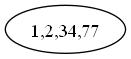
Above: Fase2_EDD/treeUsers.png in FranklinONP/EDD_PROYECTO_202200089 (Graphviz), before the change. Its source is kept beside it as Fase2_EDD/treeUsers.dot.
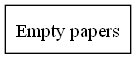
Later version of the same file.

What changed in the source:
```diff
@@ -1,3 +1,3 @@
  digraph G {
-  "Node1,2,34,77" [label="1,2,34,77"];
+ "empty" [label="Empty papers", shape=box];
  }
```
